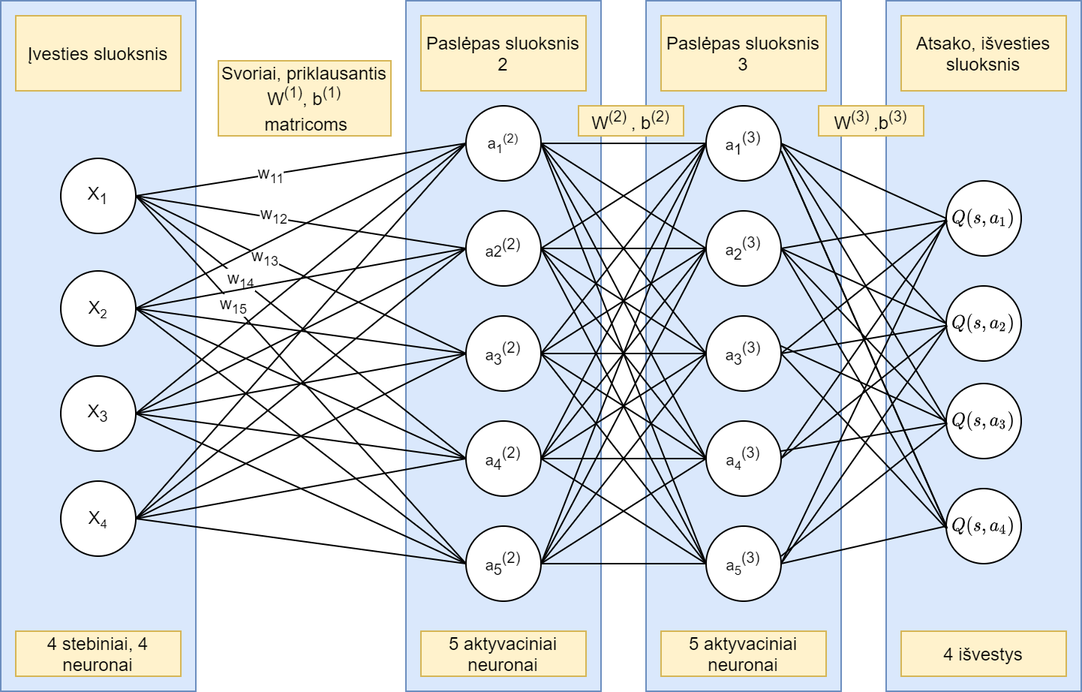
Earlier version of the draw.io export Latex/figures/Q Neuronu diagrama3.png (PaulJanen/RF-Learning). Source tidied: cells renumbered, new cells last; positions are measured from the earlier drawing's top-left corner, leaving out a move shared by most shapes.
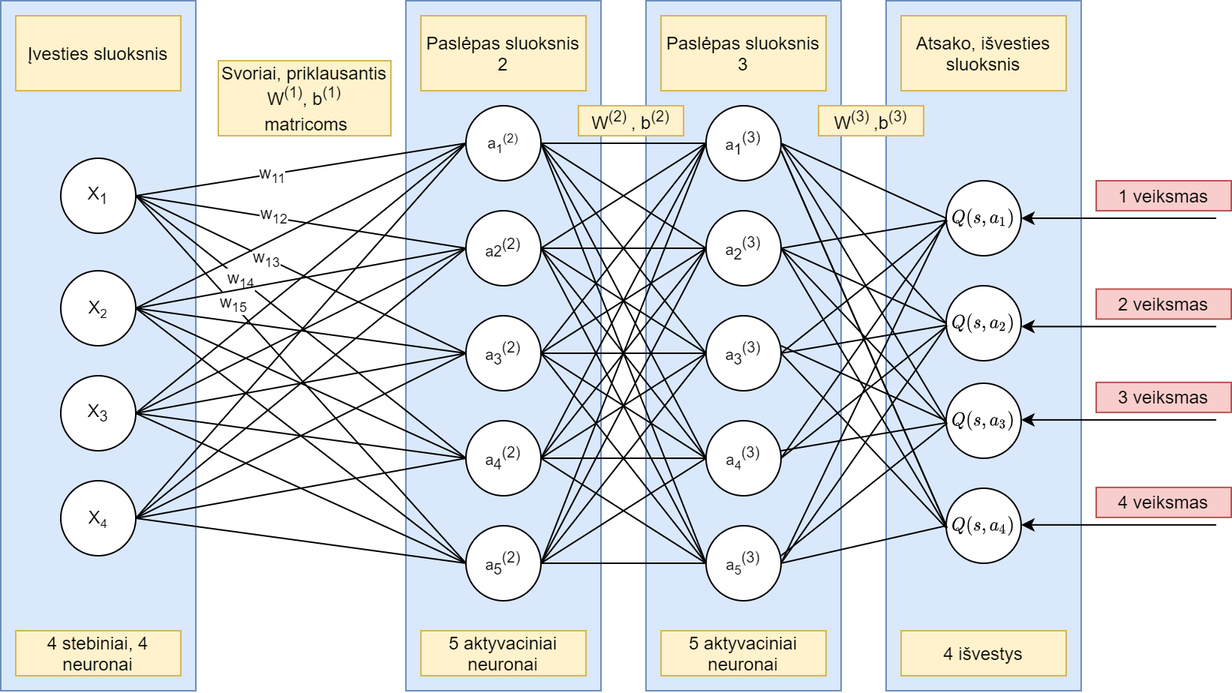
After the commit.

The edit, as a diff of the source:
```diff
@@ -410,5 +410,40 @@
     <mxCell id="104" style="endArrow=none;html=1;exitX=1;exitY=0.5;exitDx=0;exitDy=0;entryX=0;entryY=0.5;entryDx=0;entryDy=0;" parent="1" edge="1" source="12" target="99">
       <mxGeometry relative="1" as="geometry" />
     </mxCell>
+    <mxCell id="105" style="endArrow=none;html=1;exitX=1;exitY=0.5;exitDx=0;exitDy=0;startArrow=classic;startFill=1;" parent="1" edge="1" source="11">
+      <mxGeometry relative="1" as="geometry">
+        <mxPoint x="810" y="145" as="targetPoint" />
+      </mxGeometry>
+    </mxCell>
+    <mxCell id="106" value="1 veiksmas" style="text;html=1;strokeColor=#b85450;fillColor=#f8cecc;align=center;verticalAlign=middle;whiteSpace=wrap;rounded=0;" parent="1" vertex="1">
+      <mxGeometry x="730" y="120" width="90" height="20" as="geometry" />
+    </mxCell>
+    <mxCell id="107" style="endArrow=none;html=1;exitX=1;exitY=0.5;exitDx=0;exitDy=0;startArrow=classic;startFill=1;" parent="1" edge="1">
+      <mxGeometry relative="1" as="geometry">
+        <mxPoint x="680" y="217.2" as="sourcePoint" />
+        <mxPoint x="810" y="217.2" as="targetPoint" />
+      </mxGeometry>
+    </mxCell>
+    <mxCell id="108" value="2 veiksmas" style="text;html=1;strokeColor=#b85450;fillColor=#f8cecc;align=center;verticalAlign=middle;whiteSpace=wrap;rounded=0;" parent="1" vertex="1">
+      <mxGeometry x="730" y="192.2" width="90" height="20" as="geometry" />
+    </mxCell>
+    <mxCell id="109" style="endArrow=none;html=1;exitX=1;exitY=0.5;exitDx=0;exitDy=0;startArrow=classic;startFill=1;" parent="1" edge="1">
+      <mxGeometry relative="1" as="geometry">
+        <mxPoint x="680" y="279.4" as="sourcePoint" />
+        <mxPoint x="810" y="279.4" as="targetPoint" />
+      </mxGeometry>
+    </mxCell>
+    <mxCell id="110" value="3 veiksmas" style="text;html=1;strokeColor=#b85450;fillColor=#f8cecc;align=center;verticalAlign=middle;whiteSpace=wrap;rounded=0;" parent="1" vertex="1">
+      <mxGeometry x="730" y="254.4" width="90" height="20" as="geometry" />
+    </mxCell>
+    <mxCell id="111" style="endArrow=none;html=1;exitX=1;exitY=0.5;exitDx=0;exitDy=0;startArrow=classic;startFill=1;" parent="1" edge="1">
+      <mxGeometry relative="1" as="geometry">
+        <mxPoint x="680" y="349.4" as="sourcePoint" />
+        <mxPoint x="810" y="349.4" as="targetPoint" />
+      </mxGeometry>
+    </mxCell>
+    <mxCell id="112" value="4 veiksmas" style="text;html=1;strokeColor=#b85450;fillColor=#f8cecc;align=center;verticalAlign=middle;whiteSpace=wrap;rounded=0;" parent="1" vertex="1">
+      <mxGeometry x="730" y="324.4" width="90" height="20" as="geometry" />
+    </mxCell>
   </root>
 </mxGraphModel>
```
